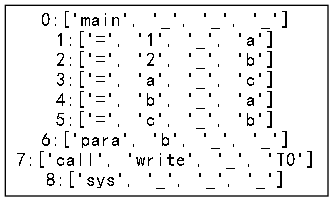
Above: Basic_Block/basic_block.gv.png in hutao99/compiler (Graphviz), before the change. Its source is kept beside it as Basic_Block/basic_block.gv.
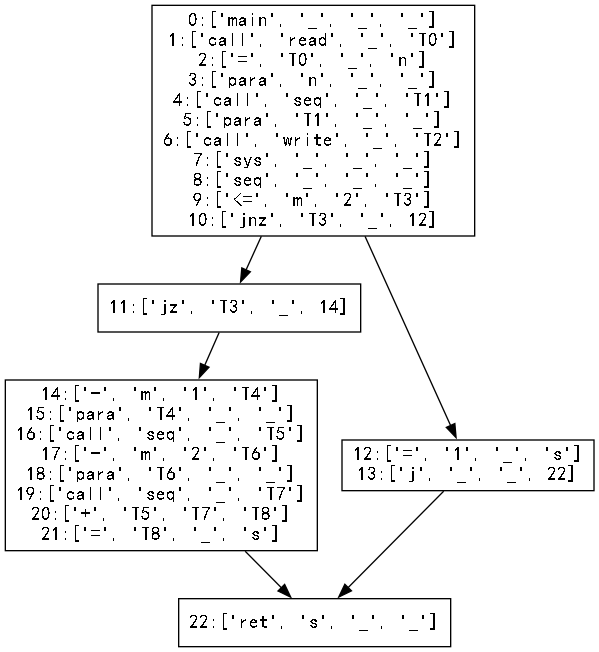
After the change.

Change to the diagram source:
```diff
@@ -1,12 +1,35 @@
 digraph "./Basic_Block/basic_block" {
 	0 [label="0:['main', '_', '_', '_']
-1:['=', '1', '_', 'a']
-2:['=', '2', '_', 'b']
-3:['=', 'a', '_', 'c']
-4:['=', 'b', '_', 'a']
-5:['=', 'c', '_', 'b']
-6:['para', 'b', '_', '_']
-7:['call', 'write', '_', 'T0']
-8:['sys', '_', '_', '_']
+1:['call', 'read', '_', 'T0']
+2:['=', 'T0', '_', 'n']
+3:['para', 'n', '_', '_']
+4:['call', 'seq', '_', 'T1']
+5:['para', 'T1', '_', '_']
+6:['call', 'write', '_', 'T2']
+7:['sys', '_', '_', '_']
+8:['seq', '_', '_', '_']
+9:['<=', 'm', '2', 'T3']
+10:['jnz', 'T3', '_', 12]
 " fontname=SimHei shape=rectangle]
+	1 [label="11:['jz', 'T3', '_', 14]
+" fontname=SimHei shape=rectangle]
+	2 [label="12:['=', '1', '_', 's']
+13:['j', '_', '_', 22]
+" fontname=SimHei shape=rectangle]
+	3 [label="14:['-', 'm', '1', 'T4']
+15:['para', 'T4', '_', '_']
+16:['call', 'seq', '_', 'T5']
+17:['-', 'm', '2', 'T6']
+18:['para', 'T6', '_', '_']
+19:['call', 'seq', '_', 'T7']
+20:['+', 'T5', 'T7', 'T8']
+21:['=', 'T8', '_', 's']
+" fontname=SimHei shape=rectangle]
+	4 [label="22:['ret', 's', '_', '_']
+" fontname=SimHei shape=rectangle]
+	0 -> 2
+	0 -> 1
+	1 -> 3
+	2 -> 4
+	3 -> 4
 }
```
